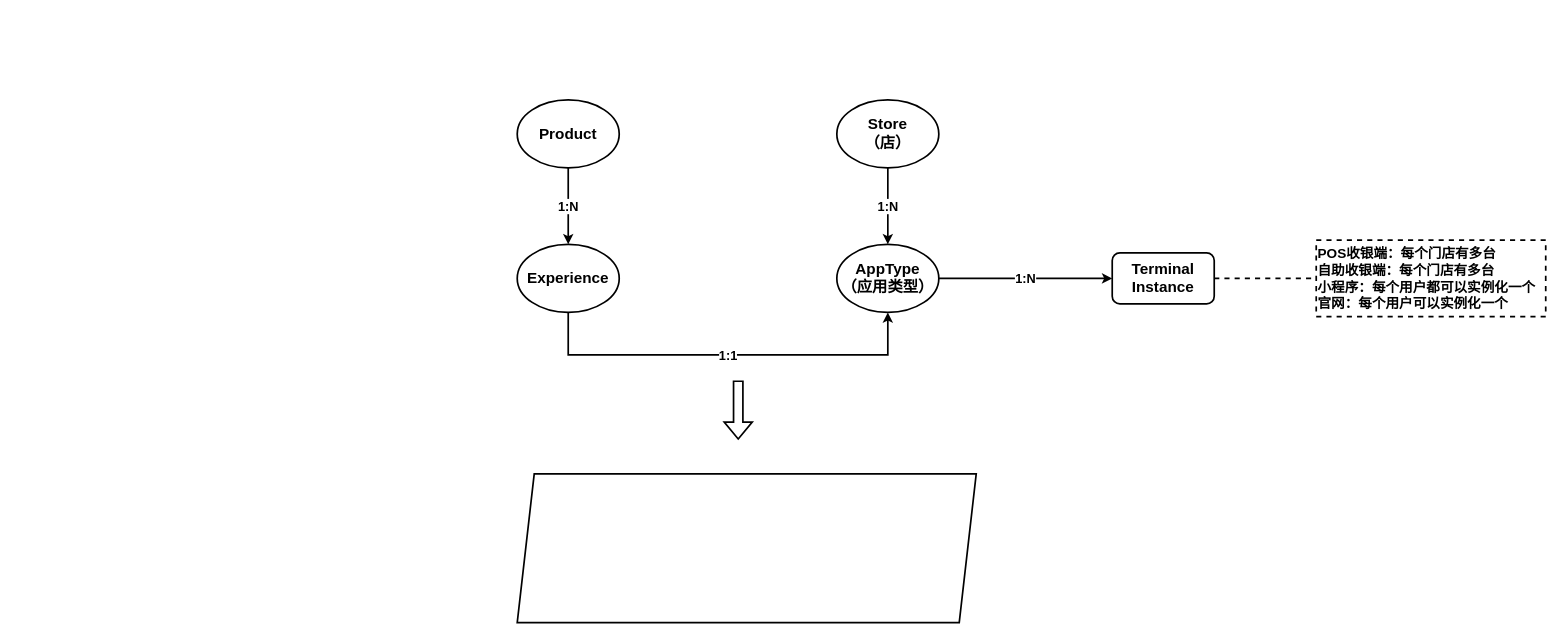
jackie-thank/beego-authz keeps this draw.io diagram as page "omo-commdity-design" (14 of 14) of authz/Omini-Store.drawio. Above is the earlier version. Source tidied: cells renumbered, new cells numbered last; positions are measured from the earlier drawing's top-left corner, leaving out a move shared by most shapes. Both pictures are drawn from the tidied source at 85%, with x=0, y=0 at pixel (517, 99).
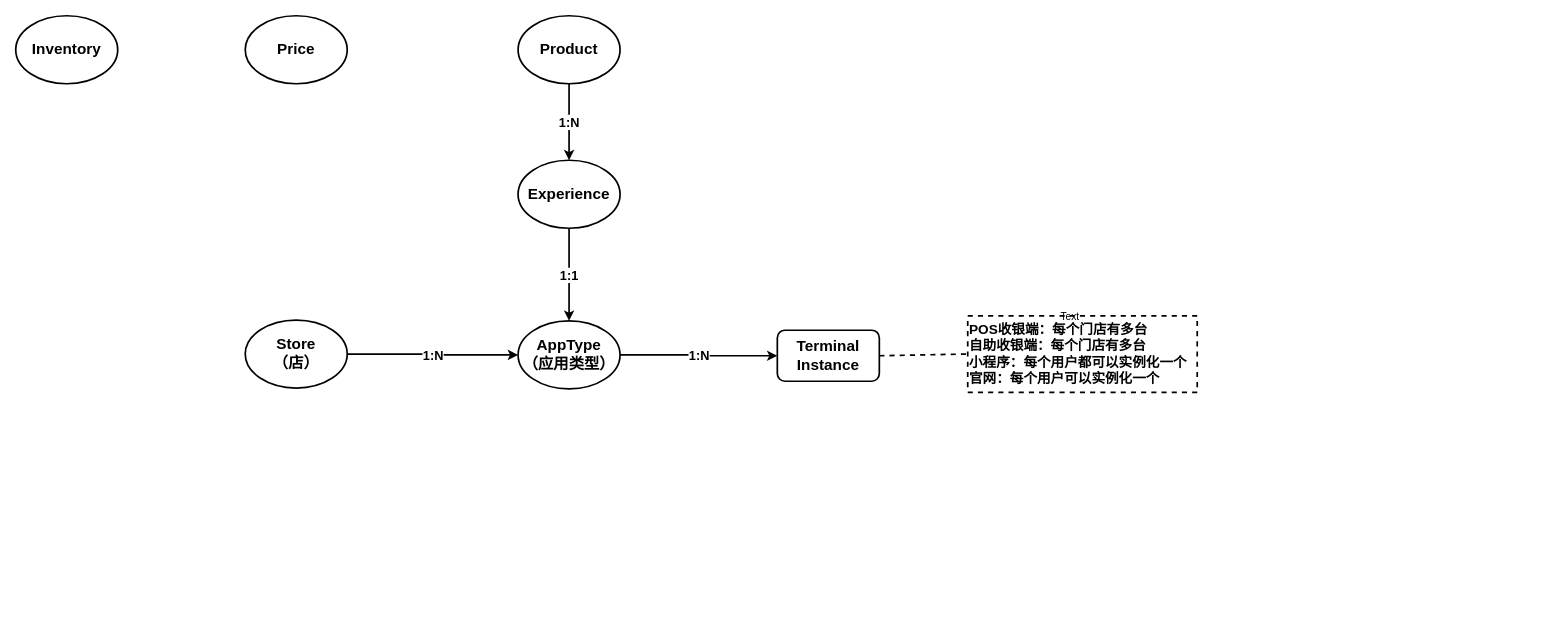
The same diagram, later.

What changed in the source:
```diff
@@
 <mxGraphModel>
   <root>
     <mxCell id="0" />
     <mxCell id="1" parent="0" />
-    <mxCell id="2" value="1:N" style="edgeStyle=orthogonalEdgeStyle;rounded=0;jettySize=auto;html=1;exitX=0.5;exitY=1;exitDx=0;exitDy=0;strokeWidth=2;fontSize=15;fontStyle=1;" parent="1" edge="1" source="3" target="5">
+    <mxCell id="2" value="1:N" style="edgeStyle=orthogonalEdgeStyle;rounded=0;jettySize=auto;html=1;exitX=1;exitY=0.5;exitDx=0;exitDy=0;strokeWidth=2;fontSize=15;fontStyle=1;" parent="1" edge="1" source="3" target="5">
       <mxGeometry relative="1" as="geometry" />
     </mxCell>
     <mxCell id="3" value="&lt;div style=&quot;font-size: 18px;&quot;&gt;Store&lt;/div&gt;&lt;div style=&quot;font-size: 18px;&quot;&gt;（店）&lt;br style=&quot;font-size: 18px;&quot;&gt;&lt;/div&gt;" style="ellipse;whiteSpace=wrap;html=1;strokeWidth=2;fontSize=18;fontStyle=1;" parent="1" vertex="1">
-      <mxGeometry x="376" width="120" height="80" as="geometry" />
+      <mxGeometry x="-320" y="259" width="120" height="80" as="geometry" />
     </mxCell>
     <mxCell id="4" value="1:N" style="edgeStyle=orthogonalEdgeStyle;rounded=0;jettySize=auto;html=1;strokeWidth=2;fontSize=15;fontStyle=1;" parent="1" edge="1" source="5" target="11">
       <mxGeometry relative="1" as="geometry" />
     </mxCell>
     <mxCell id="5" value="&lt;div style=&quot;font-size: 18px;&quot;&gt;AppType&lt;/div&gt;&lt;div style=&quot;font-size: 18px;&quot;&gt;（应用类型）&lt;br style=&quot;font-size: 18px;&quot;&gt;&lt;/div&gt;" style="ellipse;whiteSpace=wrap;html=1;strokeWidth=2;fontSize=18;fontStyle=1;" parent="1" vertex="1">
-      <mxGeometry x="376" y="170" width="120" height="80" as="geometry" />
+      <mxGeometry x="1" y="260" width="120" height="80" as="geometry" />
     </mxCell>
     <mxCell id="6" value="1:N" style="edgeStyle=orthogonalEdgeStyle;rounded=0;jettySize=auto;html=1;exitX=0.5;exitY=1;exitDx=0;exitDy=0;fontSize=15;fontStyle=1;strokeWidth=2;" parent="1" edge="1" source="7" target="9">
       <mxGeometry relative="1" as="geometry" />
     </mxCell>
     <mxCell id="7" value="Product" style="ellipse;whiteSpace=wrap;html=1;strokeWidth=2;fontSize=18;fontStyle=1;" parent="1" vertex="1">
-      <mxGeometry width="120" height="80" as="geometry" />
+      <mxGeometry x="1" y="-99" width="120" height="80" as="geometry" />
     </mxCell>
-    <mxCell id="8" value="1:1" style="rounded=0;jettySize=auto;html=1;exitX=0.5;exitY=1;exitDx=0;exitDy=0;entryX=0.5;entryY=1;entryDx=0;entryDy=0;strokeWidth=2;fontSize=15;fontStyle=1;edgeStyle=orthogonalEdgeStyle;" parent="1" edge="1" source="9" target="5">
-      <mxGeometry relative="1" as="geometry">
-        <Array as="points">
-          <mxPoint x="60" y="300" />
-          <mxPoint x="436" y="300" />
-        </Array>
-      </mxGeometry>
+    <mxCell id="8" value="1:1" style="rounded=0;jettySize=auto;html=1;exitX=0.5;exitY=1;exitDx=0;exitDy=0;entryX=0.5;entryY=0;entryDx=0;entryDy=0;strokeWidth=2;fontSize=15;fontStyle=1;edgeStyle=orthogonalEdgeStyle;" parent="1" edge="1" source="9" target="5">
+      <mxGeometry relative="1" as="geometry" />
     </mxCell>
     <mxCell id="9" value="Experience" style="ellipse;whiteSpace=wrap;html=1;strokeWidth=2;fontSize=18;fontStyle=1;" parent="1" vertex="1">
-      <mxGeometry y="170" width="120" height="80" as="geometry" />
+      <mxGeometry x="1" y="71" width="120" height="80" as="geometry" />
     </mxCell>
     <mxCell id="10" style="rounded=0;jettySize=auto;html=1;exitX=1;exitY=0.5;exitDx=0;exitDy=0;entryX=0;entryY=0.5;entryDx=0;entryDy=0;endArrow=none;endFill=0;strokeWidth=2;dashed=1;" parent="1" edge="1" source="11" target="13">
       <mxGeometry relative="1" as="geometry" />
     </mxCell>
     <mxCell id="11" value="&lt;div&gt;Terminal&lt;/div&gt;&lt;div&gt;Instance&lt;br&gt;&lt;/div&gt;" style="rounded=1;whiteSpace=wrap;html=1;fontSize=18;strokeWidth=2;fontStyle=1;" parent="1" vertex="1">
-      <mxGeometry x="700" y="180" width="120" height="60" as="geometry" />
+      <mxGeometry x="306" y="271" width="120" height="60" as="geometry" />
     </mxCell>
-    <mxCell id="12" style="shape=flexArrow;endArrow=classic;html=1;rounded=0;strokeWidth=2;" parent="1" edge="1">
-      <mxGeometry relative="1" as="geometry">
-        <mxPoint x="260" y="330" as="sourcePoint" />
-        <mxPoint x="260" y="400" as="targetPoint" />
-      </mxGeometry>
-    </mxCell>
     <mxCell id="13" value="&lt;div style=&quot;font-size: 16px;&quot;&gt;POS收银端：每个门店有多台&lt;/div&gt;&lt;div style=&quot;font-size: 16px;&quot;&gt;自助收银端：每个门店有多台&lt;/div&gt;&lt;div style=&quot;font-size: 16px;&quot;&gt;小程序：每个用户都可以实例化一个&lt;/div&gt;&lt;div style=&quot;font-size: 16px;&quot;&gt;官网：每个用户可以实例化一个&lt;br style=&quot;font-size: 16px;&quot;&gt;&lt;/div&gt;" style="rounded=0;whiteSpace=wrap;html=1;strokeWidth=2;dashed=1;fontSize=16;fontStyle=1;align=left;" parent="1" vertex="1">
-      <mxGeometry x="940" y="165" width="270" height="90" as="geometry" />
+      <mxGeometry x="530" y="254" width="270" height="90" as="geometry" />
     </mxCell>
-    <mxCell id="14" style="shape=parallelogram;perimeter=parallelogramPerimeter;whiteSpace=wrap;html=1;fixedSize=1;strokeWidth=2;" parent="1" vertex="1">
-      <mxGeometry y="440" width="540" height="175" as="geometry" />
-    </mxCell>
+    <mxCell id="15" value="Price" style="ellipse;whiteSpace=wrap;html=1;strokeWidth=2;fontSize=18;fontStyle=1;" parent="1" vertex="1">
+      <mxGeometry x="-320" y="-99" width="120" height="80" as="geometry" />
+    </mxCell>
+    <mxCell id="16" value="Inventory" style="ellipse;whiteSpace=wrap;html=1;strokeWidth=2;fontSize=18;fontStyle=1;" parent="1" vertex="1">
+      <mxGeometry x="-590" y="-99" width="120" height="80" as="geometry" />
+    </mxCell>
+    <mxCell id="17" value="Text" style="text;html=1;align=center;verticalAlign=middle;strokeColor=none;fillColor=none;" parent="1" vertex="1">
+      <mxGeometry x="625" y="240" width="50" height="30" as="geometry" />
+    </mxCell>
   </root>
 </mxGraphModel>
```
